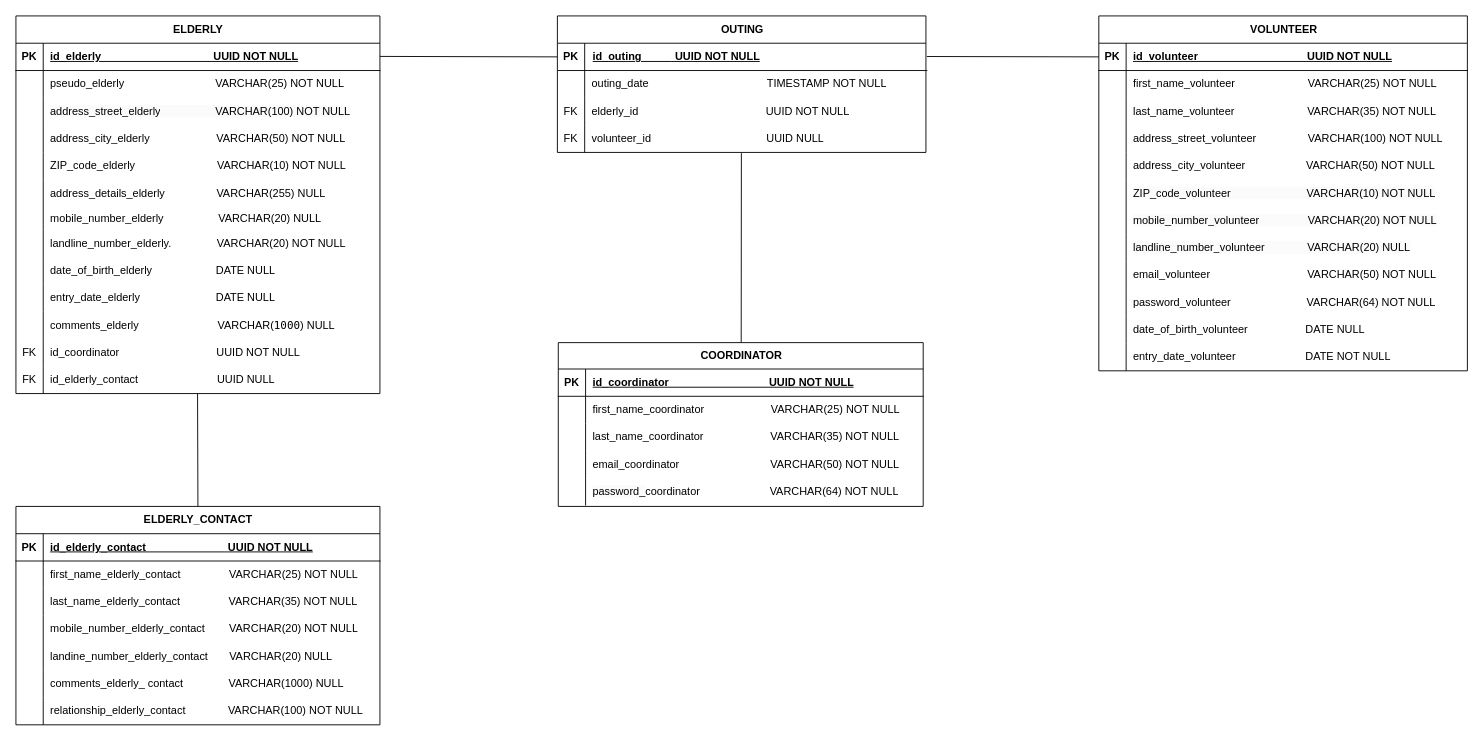
The draw.io diagram page "MPD_MaE" (3 of 6) of MCD_MaE.drawio in AnneGicquel/MCD_Marche_avec_Eliane, before the edit. Source tidied: cells renumbered, new cells numbered last; positions are measured from the earlier drawing's top-left corner, leaving out a move shared by most shapes. Both pictures are drawn from the tidied source at 91%, with x=0, y=0 at pixel (15, 15).
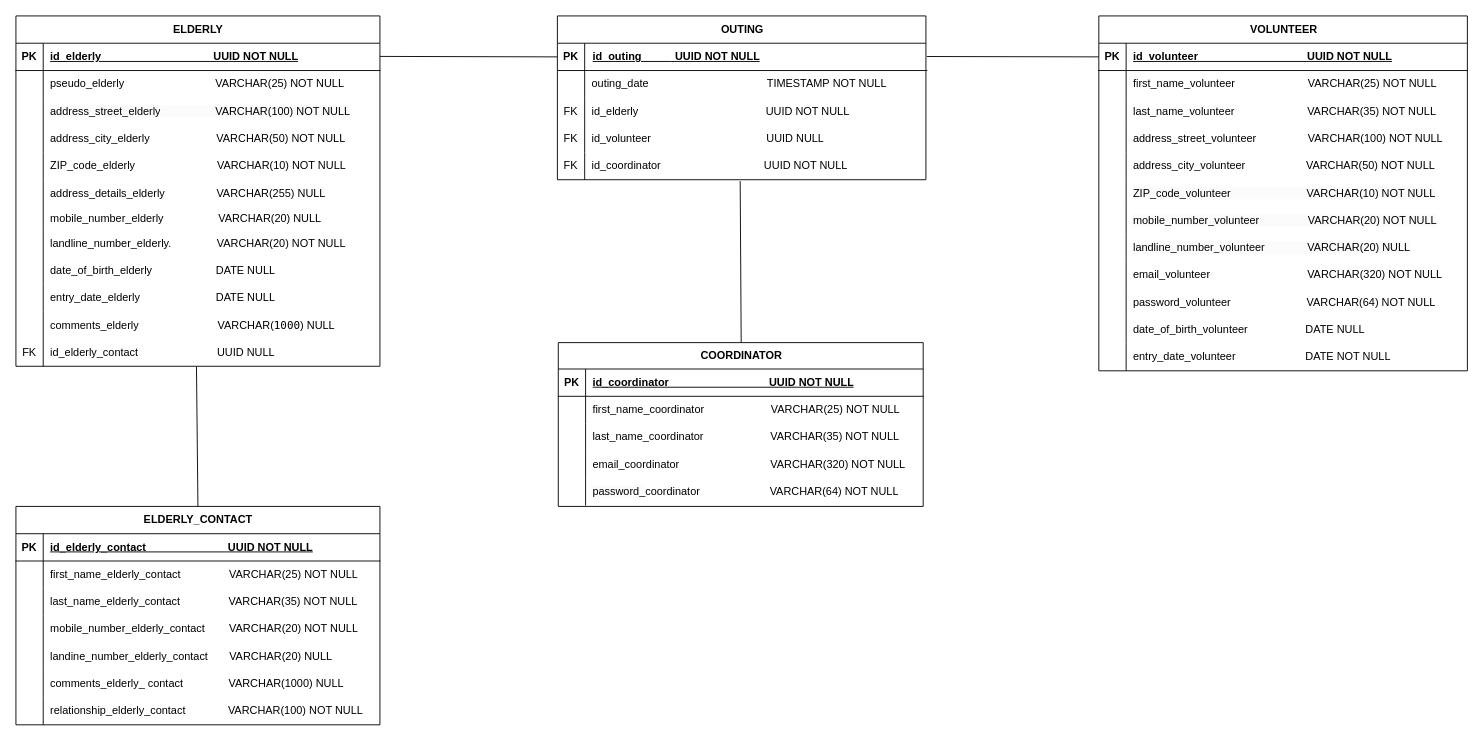
Above is the later version.

Unchanged cells that the change refers to:
```xml
<mxCell id="16" style="shape=tableRow;horizontal=0;startSize=0;swimlaneHead=0;swimlaneBody=0;fillColor=none;top=0;left=0;right=0;bottom=0;" parent="6" vertex="1">
  <mxGeometry y="119" width="401" height="30" as="geometry" />
</mxCell>
<mxCell id="47" style="shape=tableRow;horizontal=0;startSize=0;swimlaneHead=0;swimlaneBody=0;fillColor=none;top=0;left=0;right=0;bottom=0;" parent="22" vertex="1">
  <mxGeometry y="270" width="405" height="30" as="geometry" />
</mxCell>
<mxCell id="66" style="shape=tableRow;horizontal=0;startSize=0;swimlaneHead=0;swimlaneBody=0;fillColor=none;top=0;left=0;right=0;bottom=0;rounded=0;" parent="59" vertex="1">
  <mxGeometry y="90" width="405" height="30" as="geometry" />
</mxCell>
<mxCell id="69" style="shape=tableRow;horizontal=0;startSize=0;swimlaneHead=0;swimlaneBody=0;fillColor=none;top=0;left=0;right=0;bottom=0;rounded=0;" parent="59" vertex="1">
  <mxGeometry y="120" width="405" height="30" as="geometry" />
</mxCell>
```

The edit, as a diff of the source:
```diff
@@
-    <mxCell id="4" style="endArrow=none;html=1;rounded=0;entryX=0.004;entryY=0.028;entryDx=0;entryDy=0;entryPerimeter=0;" parent="1" edge="1">
+    <mxCell id="4" style="endArrow=none;html=1;rounded=0;entryX=0.496;entryY=1.05;entryDx=0;entryDy=0;entryPerimeter=0;" parent="1" edge="1" target="137">
       <mxGeometry relative="1" as="geometry">
         <mxPoint x="797" y="360" as="sourcePoint" />
-        <mxPoint x="797.2" y="150.8" as="targetPoint" />
       </mxGeometry>
     </mxCell>
-    <mxCell id="5" style="endArrow=none;html=1;rounded=0;entryX=0.496;entryY=1.051;entryDx=0;entryDy=0;entryPerimeter=0;" parent="1" edge="1">
+    <mxCell id="5" style="endArrow=none;html=1;rounded=0;entryX=0.496;entryY=1.008;entryDx=0;entryDy=0;entryPerimeter=0;" parent="1" edge="1" target="111">
       <mxGeometry relative="1" as="geometry">
         <mxPoint x="200" y="539" as="sourcePoint" />
-        <mxPoint x="199.6" y="415" as="targetPoint" />
       </mxGeometry>
     </mxCell>
@@
-    <mxCell id="18" value="&lt;span style=&quot;white-space-collapse: preserve;&quot;&gt;email_&lt;/span&gt;&lt;span style=&quot;white-space-collapse: preserve;&quot;&gt;coordinator &lt;/span&gt;&lt;span style=&quot;white-space-collapse: preserve;&quot;&gt;                             &lt;/span&gt;&lt;span style=&quot;white-space-collapse: preserve;&quot;&gt;VARCHAR(50) NOT NULL&lt;/span&gt;" style="shape=partialRectangle;fillColor=none;top=0;left=0;bottom=0;right=0;align=left;spacingLeft=6;overflow=hidden;whiteSpace=wrap;html=1;" parent="16" vertex="1">
+    <mxCell id="18" value="&lt;span style=&quot;white-space-collapse: preserve;&quot;&gt;email_&lt;/span&gt;&lt;span style=&quot;white-space-collapse: preserve;&quot;&gt;coordinator &lt;/span&gt;&lt;span style=&quot;white-space-collapse: preserve;&quot;&gt;                             &lt;/span&gt;&lt;span style=&quot;white-space-collapse: preserve;&quot;&gt;VARCHAR(320) NOT NULL&lt;/span&gt;" style="shape=partialRectangle;fillColor=none;top=0;left=0;bottom=0;right=0;align=left;spacingLeft=6;overflow=hidden;whiteSpace=wrap;html=1;" parent="16" vertex="1">
       <mxGeometry x="30" width="371" height="30" as="geometry" />
     </mxCell>
@@
-    <mxCell id="49" value="&lt;span style=&quot;white-space-collapse: preserve;&quot;&gt;email_&lt;/span&gt;volunteer&amp;nbsp; &amp;nbsp; &amp;nbsp; &amp;nbsp; &amp;nbsp; &amp;nbsp; &amp;nbsp; &amp;nbsp; &amp;nbsp; &amp;nbsp; &amp;nbsp; &amp;nbsp; &amp;nbsp; &amp;nbsp; &amp;nbsp; &amp;nbsp; VARCHAR(&lt;span style=&quot;white-space-collapse: preserve;&quot;&gt;50&lt;/span&gt;) NOT NULL" style="shape=partialRectangle;fillColor=none;top=0;left=0;bottom=0;right=0;align=left;spacingLeft=6;overflow=hidden;whiteSpace=wrap;html=1;" parent="47" vertex="1">
+    <mxCell id="49" value="&lt;span style=&quot;white-space-collapse: preserve;&quot;&gt;email_&lt;/span&gt;volunteer&amp;nbsp; &amp;nbsp; &amp;nbsp; &amp;nbsp; &amp;nbsp; &amp;nbsp; &amp;nbsp; &amp;nbsp; &amp;nbsp; &amp;nbsp; &amp;nbsp; &amp;nbsp; &amp;nbsp; &amp;nbsp; &amp;nbsp; &amp;nbsp; VARCHAR(320) NOT NULL" style="shape=partialRectangle;fillColor=none;top=0;left=0;bottom=0;right=0;align=left;spacingLeft=6;overflow=hidden;whiteSpace=wrap;html=1;" parent="47" vertex="1">
       <mxGeometry x="30" width="375" height="30" as="geometry" />
     </mxCell>
@@
     <mxCell id="59" value="&lt;span style=&quot;text-align: left; text-wrap: wrap;&quot;&gt;OUTING&lt;/span&gt;" style="shape=table;startSize=30;childLayout=tableLayout;rowLines=0;fontStyle=1;align=center;html=1;rounded=0;" parent="1" vertex="1">
-      <mxGeometry x="595" width="405" height="150" as="geometry" />
+      <mxGeometry x="595" width="405" height="180" as="geometry" />
     </mxCell>
@@
-    <mxCell id="68" value="&lt;span style=&quot;white-space-collapse: preserve;&quot;&gt;elderly_id                                          &lt;/span&gt;UUID &lt;span class=&quot;hljs-keyword&quot;&gt;NOT&lt;/span&gt; &lt;span class=&quot;hljs-keyword&quot;&gt;NULL&lt;/span&gt;" style="shape=partialRectangle;fillColor=none;top=0;left=0;bottom=0;right=0;align=left;spacingLeft=6;overflow=hidden;whiteSpace=wrap;html=1;rounded=0;" parent="66" vertex="1">
+    <mxCell id="68" value="&lt;span style=&quot;white-space-collapse: preserve;&quot;&gt;id_&lt;/span&gt;&lt;span style=&quot;white-space-collapse: preserve;&quot;&gt;elderly                                          &lt;/span&gt;UUID &lt;span class=&quot;hljs-keyword&quot;&gt;NOT&lt;/span&gt; &lt;span class=&quot;hljs-keyword&quot;&gt;NULL&lt;/span&gt;" style="shape=partialRectangle;fillColor=none;top=0;left=0;bottom=0;right=0;align=left;spacingLeft=6;overflow=hidden;whiteSpace=wrap;html=1;rounded=0;" parent="66" vertex="1">
       <mxGeometry x="30" width="375" height="30" as="geometry" />
     </mxCell>
@@
-    <mxCell id="71" value="&lt;span style=&quot;white-space-collapse: preserve;&quot;&gt;volunteer_id                                      &lt;/span&gt;UUID&amp;nbsp;&lt;span class=&quot;hljs-keyword&quot;&gt;NULL&lt;/span&gt;" style="shape=partialRectangle;fillColor=none;top=0;left=0;bottom=0;right=0;align=left;spacingLeft=6;overflow=hidden;whiteSpace=wrap;html=1;rounded=0;" parent="69" vertex="1">
+    <mxCell id="71" value="&lt;span style=&quot;white-space-collapse: preserve;&quot;&gt;id_volunteer                                      &lt;/span&gt;UUID&amp;nbsp;&lt;span class=&quot;hljs-keyword&quot;&gt;NULL&lt;/span&gt;" style="shape=partialRectangle;fillColor=none;top=0;left=0;bottom=0;right=0;align=left;spacingLeft=6;overflow=hidden;whiteSpace=wrap;html=1;rounded=0;" parent="69" vertex="1">
       <mxGeometry x="30" width="375" height="30" as="geometry" />
     </mxCell>
+    <mxCell id="137" style="shape=tableRow;horizontal=0;startSize=0;swimlaneHead=0;swimlaneBody=0;fillColor=none;points=[[0,0.5],[1,0.5]];portConstraint=eastwest;top=0;left=0;right=0;bottom=0;rounded=0;" parent="59" vertex="1">
+      <mxGeometry y="150" width="405" height="30" as="geometry" />
+    </mxCell>
+    <mxCell id="109" value="FK" style="shape=partialRectangle;fillColor=none;top=0;left=0;bottom=0;right=0;overflow=hidden;whiteSpace=wrap;html=1;rounded=0;" parent="137" vertex="1">
+      <mxGeometry width="30" height="30" as="geometry" />
+    </mxCell>
+    <mxCell id="110" value="id_coordinator&amp;nbsp; &amp;nbsp; &amp;nbsp; &amp;nbsp; &amp;nbsp; &amp;nbsp; &amp;nbsp; &amp;nbsp; &amp;nbsp; &amp;nbsp; &amp;nbsp; &amp;nbsp; &amp;nbsp; &amp;nbsp; &amp;nbsp; &amp;nbsp; &amp;nbsp; UUID NOT NULL" style="shape=partialRectangle;fillColor=none;top=0;left=0;bottom=0;right=0;align=left;spacingLeft=6;overflow=hidden;whiteSpace=wrap;html=1;rounded=0;" parent="137" vertex="1">
+      <mxGeometry x="30" width="375" height="30" as="geometry" />
+    </mxCell>
@@
     <mxCell id="74" value="ELDERLY" style="shape=table;startSize=30;childLayout=tableLayout;rowLines=0;fontStyle=1;align=center;html=1;" parent="1" vertex="1">
-      <mxGeometry width="400" height="415" as="geometry" />
+      <mxGeometry width="400" height="385" as="geometry" />
     </mxCell>
@@
-    <mxCell id="108" style="shape=tableRow;horizontal=0;startSize=0;swimlaneHead=0;swimlaneBody=0;fillColor=none;top=0;left=0;right=0;bottom=0;" parent="74" vertex="1">
-      <mxGeometry y="355" width="400" height="30" as="geometry" />
-    </mxCell>
-    <mxCell id="109" value="FK" style="shape=partialRectangle;fillColor=none;top=0;left=0;bottom=0;right=0;overflow=hidden;whiteSpace=wrap;html=1;" parent="108" vertex="1">
-      <mxGeometry width="30" height="30" as="geometry" />
-    </mxCell>
-    <mxCell id="110" value="id_coordinator&amp;nbsp; &amp;nbsp; &amp;nbsp; &amp;nbsp; &amp;nbsp; &amp;nbsp; &amp;nbsp; &amp;nbsp; &amp;nbsp; &amp;nbsp; &amp;nbsp; &amp;nbsp; &amp;nbsp; &amp;nbsp; &amp;nbsp; &amp;nbsp; UUID &lt;span class=&quot;hljs-keyword&quot;&gt;NOT&lt;/span&gt; &lt;span class=&quot;hljs-keyword&quot;&gt;NULL&lt;/span&gt;" style="shape=partialRectangle;fillColor=none;top=0;left=0;bottom=0;right=0;align=left;spacingLeft=6;overflow=hidden;whiteSpace=wrap;html=1;" parent="108" vertex="1">
-      <mxGeometry x="30" width="370" height="30" as="geometry" />
-    </mxCell>
     <mxCell id="111" style="shape=tableRow;horizontal=0;startSize=0;swimlaneHead=0;swimlaneBody=0;fillColor=none;points=[[0,0.5],[1,0.5]];portConstraint=eastwest;top=0;left=0;right=0;bottom=0;" parent="74" vertex="1">
-      <mxGeometry y="385" width="400" height="30" as="geometry" />
+      <mxGeometry y="355" width="400" height="30" as="geometry" />
     </mxCell>
```
